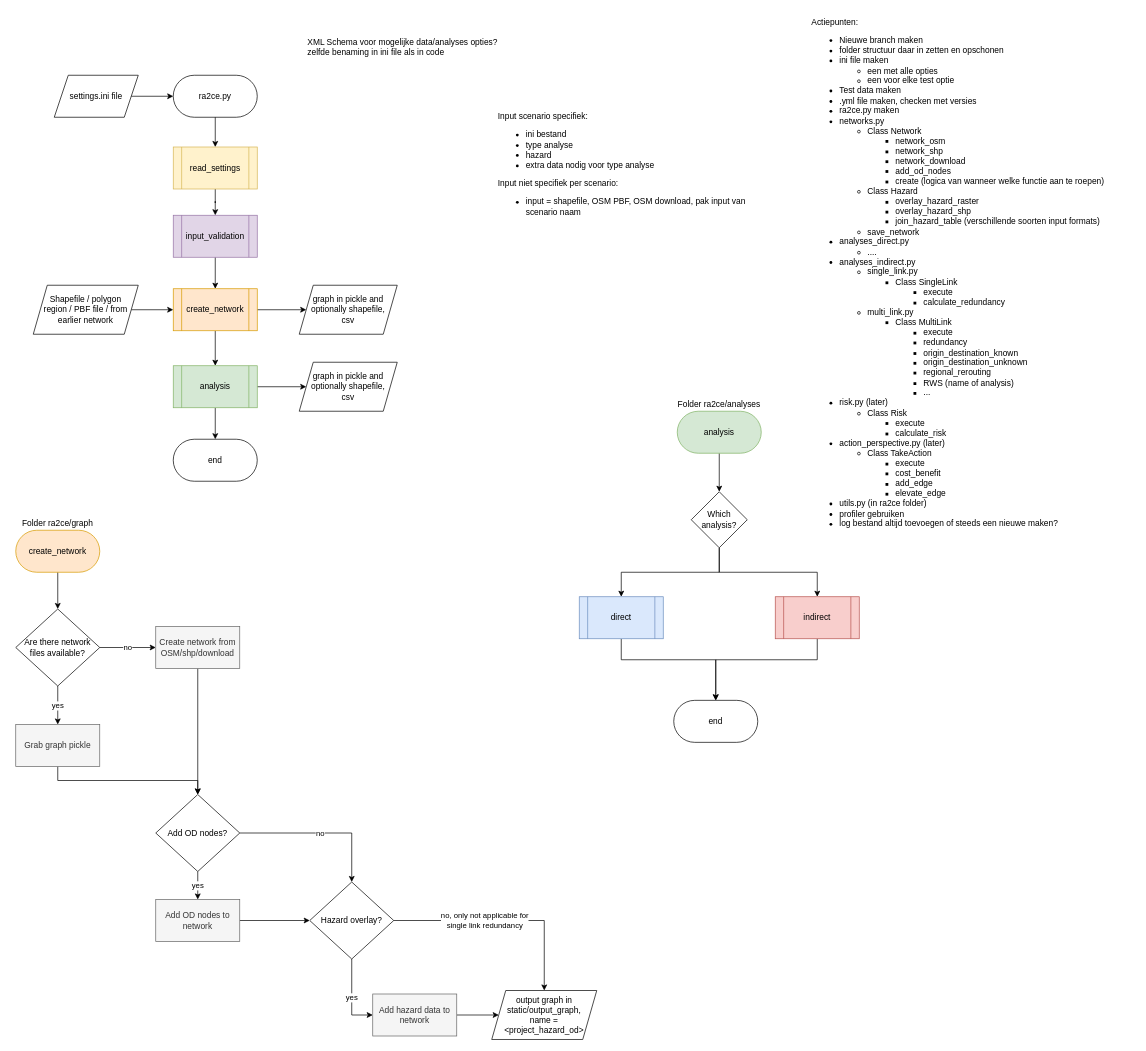
Above: RA2CE overview.drawio in Deltares/ra2ce (draw.io), before the change. Source tidied: cells renumbered, new cells numbered last; positions are measured from the earlier drawing's top-left corner, leaving out a move shared by most shapes. Both pictures are drawn from the tidied source at 70%, with x=0, y=0 at pixel (12, 12).
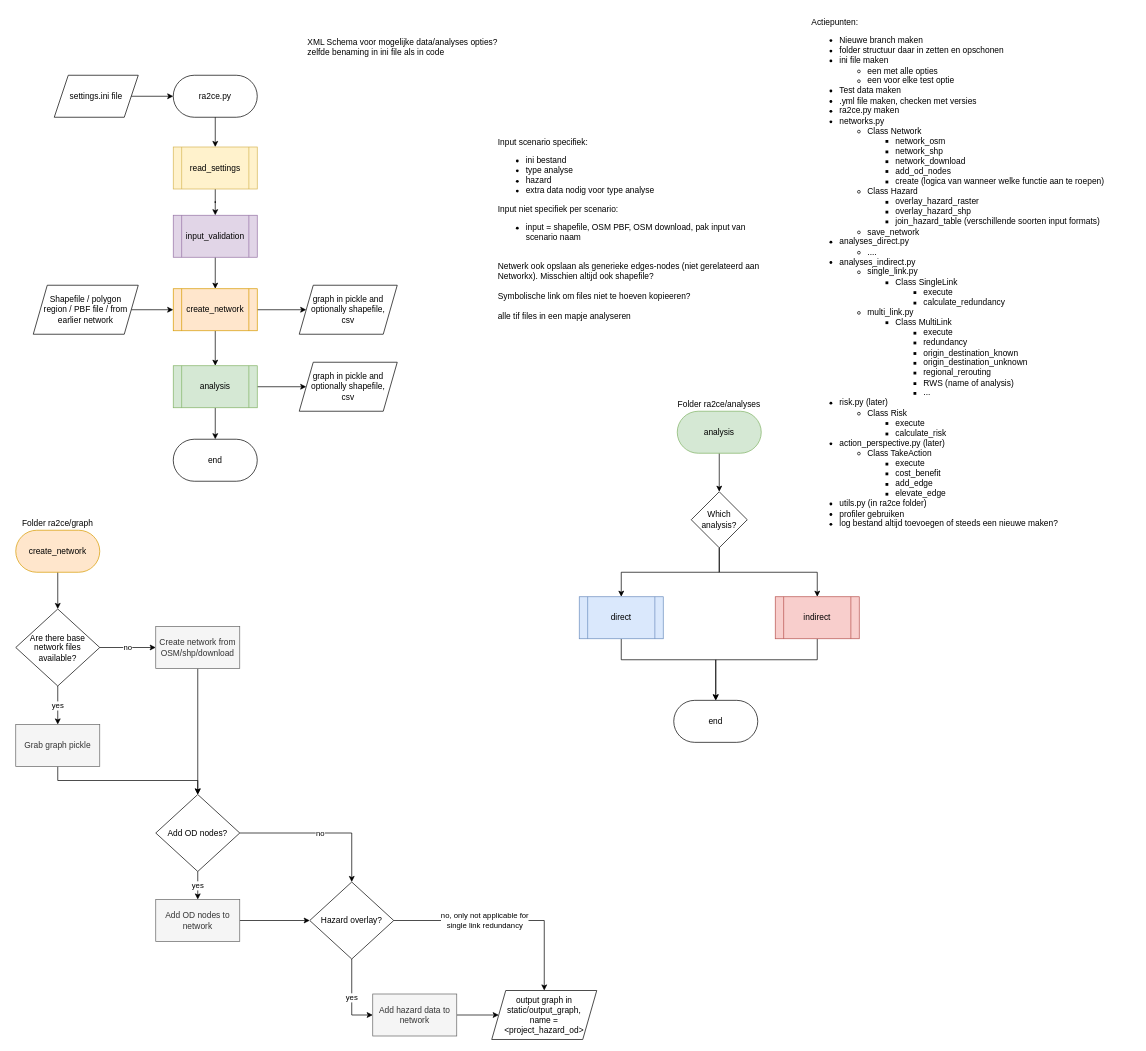
The same page after the edit.

Change to the diagram source:
```diff
@@
-    <mxCell id="21" value="Input scenario specifiek:&lt;br&gt;&lt;ul&gt;&lt;li&gt;ini bestand&lt;/li&gt;&lt;li&gt;type analyse&lt;/li&gt;&lt;li&gt;hazard&lt;/li&gt;&lt;li&gt;extra data nodig voor type analyse&lt;/li&gt;&lt;/ul&gt;&lt;div&gt;Input niet specifiek per scenario:&lt;/div&gt;&lt;div&gt;&lt;ul&gt;&lt;li&gt;input = shapefile, OSM PBF, OSM download, pak input van scenario naam&lt;/li&gt;&lt;/ul&gt;&lt;/div&gt;" style="text;html=1;strokeColor=none;fillColor=none;align=left;verticalAlign=middle;whiteSpace=wrap;rounded=0;" parent="1" vertex="1">
-      <mxGeometry x="692" y="120" width="383" height="205" as="geometry" />
+    <mxCell id="21" value="Input scenario specifiek:&lt;br&gt;&lt;ul&gt;&lt;li&gt;ini bestand&lt;/li&gt;&lt;li&gt;type analyse&lt;/li&gt;&lt;li&gt;hazard&lt;/li&gt;&lt;li&gt;extra data nodig voor type analyse&lt;/li&gt;&lt;/ul&gt;&lt;div&gt;Input niet specifiek per scenario:&lt;/div&gt;&lt;div&gt;&lt;ul&gt;&lt;li&gt;input = shapefile, OSM PBF, OSM download, pak input van scenario naam&lt;/li&gt;&lt;/ul&gt;&lt;div&gt;&lt;br&gt;&lt;/div&gt;&lt;/div&gt;&lt;div&gt;Netwerk ook opslaan als generieke edges-nodes (niet gerelateerd aan Networkx). Misschien altijd ook shapefile?&lt;/div&gt;&lt;div&gt;&lt;br&gt;&lt;/div&gt;&lt;div&gt;Symbolische link om files niet te hoeven kopieeren?&lt;/div&gt;&lt;div&gt;&lt;br&gt;&lt;/div&gt;&lt;div&gt;alle tif files in een mapje analyseren&lt;/div&gt;" style="text;html=1;strokeColor=none;fillColor=none;align=left;verticalAlign=middle;whiteSpace=wrap;rounded=0;" parent="1" vertex="1">
+      <mxGeometry x="692" y="120" width="383" height="380" as="geometry" />
     </mxCell>
@@
-    <mxCell id="25" value="Are there network files available?" style="rhombus;whiteSpace=wrap;html=1;align=center;" parent="1" vertex="1">
+    <mxCell id="25" value="Are there base network files available?" style="rhombus;whiteSpace=wrap;html=1;align=center;" parent="1" vertex="1">
       <mxGeometry x="5" y="852.5" width="120" height="110" as="geometry" />
     </mxCell>
```
